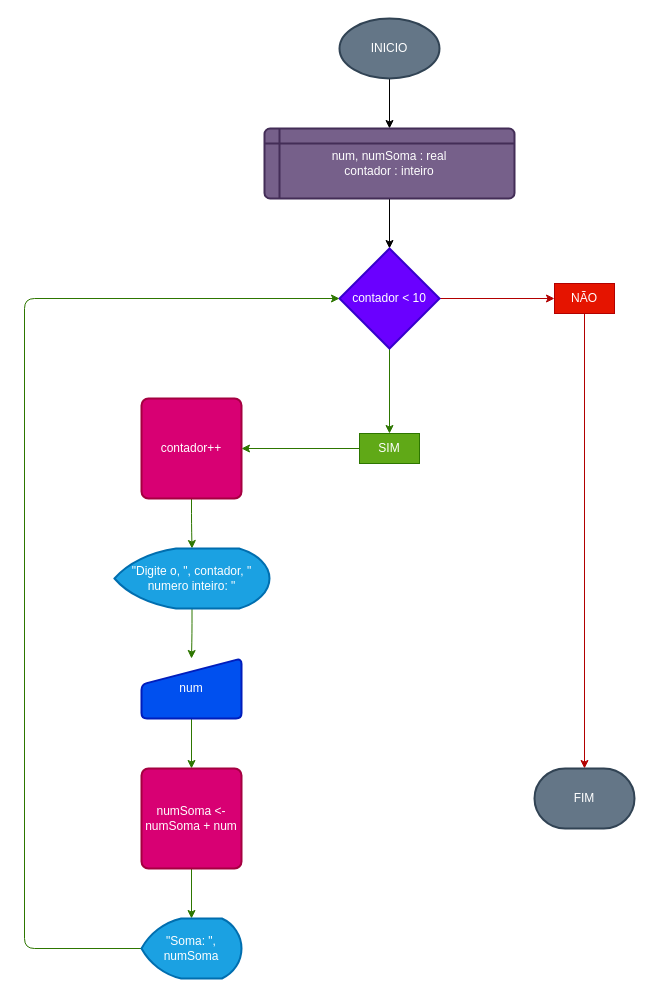
This is LogicadeProgramacao5/exercicioRepeticao1.drawio from BATENDER/arquivos_portugol, a draw.io file, before an edit. Source tidied: cells renumbered, new cells numbered last; positions are measured from the earlier drawing's top-left corner, leaving out a move shared by most shapes. Both pictures are drawn from the tidied source at 100%, with x=0, y=0 at pixel (24, 18).
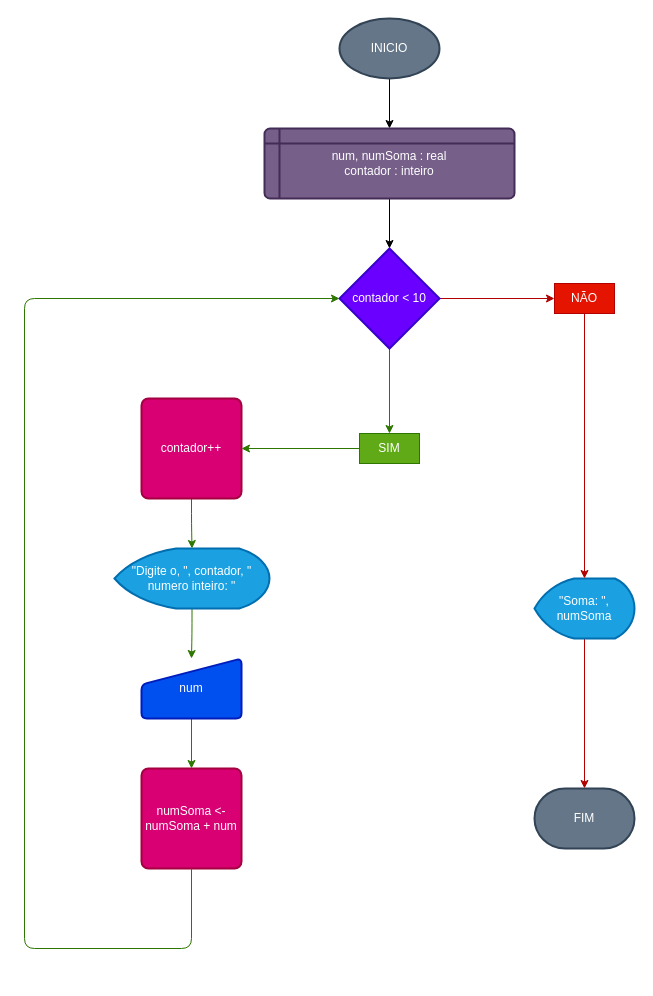
The same page after the edit.

Unchanged cells that the change refers to:
```xml
<mxCell id="8" value="contador &amp;lt; 10" style="strokeWidth=2;html=1;shape=mxgraph.flowchart.decision;whiteSpace=wrap;fillColor=#6a00ff;fontColor=#ffffff;strokeColor=#3700CC;" parent="1" vertex="1">
  <mxGeometry x="315" y="230" width="100" height="100" as="geometry" />
</mxCell>
<mxCell id="16" value="numSoma &amp;lt;- numSoma + num" style="rounded=1;whiteSpace=wrap;html=1;absoluteArcSize=1;arcSize=14;strokeWidth=2;fillColor=#d80073;fontColor=#ffffff;strokeColor=#A50040;" parent="1" vertex="1">
  <mxGeometry x="117" y="750" width="100" height="100" as="geometry" />
</mxCell>
<mxCell id="22" value="NÃO" style="text;html=1;strokeColor=#B20000;fillColor=#e51400;align=center;verticalAlign=middle;whiteSpace=wrap;rounded=0;fontColor=#ffffff;" parent="1" vertex="1">
  <mxGeometry x="530" y="265" width="60" height="30" as="geometry" />
</mxCell>
```

Change to the diagram source:
```diff
@@
-    <mxCell id="15" style="edgeStyle=orthogonalEdgeStyle;html=1;entryX=0.5;entryY=0;entryDx=0;entryDy=0;entryPerimeter=0;fillColor=#60a917;strokeColor=#2D7600;" parent="1" edge="1" source="16" target="18">
-      <mxGeometry relative="1" as="geometry" />
-    </mxCell>
@@
-    <mxCell id="17" style="edgeStyle=orthogonalEdgeStyle;html=1;entryX=0;entryY=0.5;entryDx=0;entryDy=0;entryPerimeter=0;fillColor=#60a917;strokeColor=#2D7600;" parent="1" edge="1" source="18" target="8">
+    <mxCell id="17" style="edgeStyle=orthogonalEdgeStyle;html=1;entryX=0;entryY=0.5;entryDx=0;entryDy=0;entryPerimeter=0;fillColor=#60a917;strokeColor=#2D7600;exitX=0.5;exitY=1;exitDx=0;exitDy=0;" parent="1" edge="1" source="16" target="8">
       <mxGeometry relative="1" as="geometry">
         <Array as="points">
+          <mxPoint x="167" y="930" />
           <mxPoint y="930" />
           <mxPoint y="280" />
         </Array>
       </mxGeometry>
     </mxCell>
+    <mxCell id="24" style="edgeStyle=none;html=1;entryX=0.5;entryY=0;entryDx=0;entryDy=0;entryPerimeter=0;fillColor=#e51400;strokeColor=#B20000;" parent="1" edge="1" source="18" target="23">
+      <mxGeometry relative="1" as="geometry" />
+    </mxCell>
     <mxCell id="18" value="&quot;Soma: &quot;, numSoma" style="strokeWidth=2;html=1;shape=mxgraph.flowchart.display;whiteSpace=wrap;fillColor=#1ba1e2;fontColor=#ffffff;strokeColor=#006EAF;" parent="1" vertex="1">
-      <mxGeometry x="117" y="900" width="100" height="60" as="geometry" />
+      <mxGeometry x="510" y="560" width="100" height="60" as="geometry" />
     </mxCell>
@@
-    <mxCell id="21" style="edgeStyle=orthogonalEdgeStyle;html=1;fillColor=#e51400;strokeColor=#B20000;" parent="1" edge="1" source="22">
-      <mxGeometry relative="1" as="geometry">
-        <mxPoint x="560" y="750" as="targetPoint" />
-      </mxGeometry>
+    <mxCell id="21" style="edgeStyle=orthogonalEdgeStyle;html=1;fillColor=#e51400;strokeColor=#B20000;entryX=0.5;entryY=0;entryDx=0;entryDy=0;entryPerimeter=0;" parent="1" edge="1" source="22" target="18">
+      <mxGeometry relative="1" as="geometry" />
     </mxCell>
@@
     <mxCell id="23" value="FIM" style="strokeWidth=2;html=1;shape=mxgraph.flowchart.terminator;whiteSpace=wrap;fillColor=#647687;fontColor=#ffffff;strokeColor=#314354;" parent="1" vertex="1">
-      <mxGeometry x="510" y="750" width="100" height="60" as="geometry" />
+      <mxGeometry x="510" y="770" width="100" height="60" as="geometry" />
     </mxCell>
```
